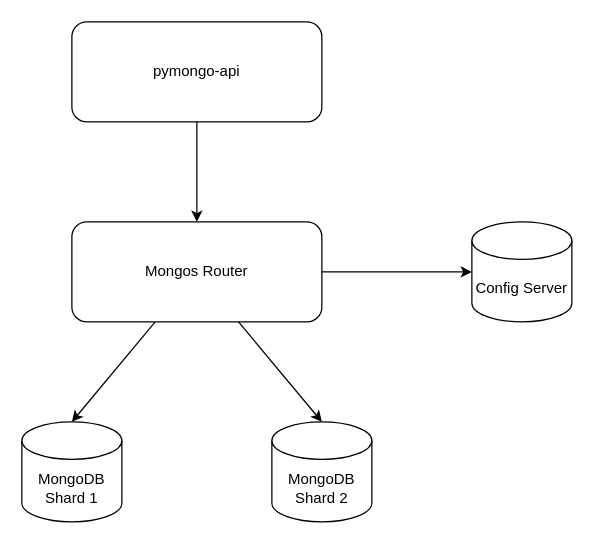
The draw.io diagram Task1/v1-add-shards.drawio in Ondrya/architecture-black_friday, before the edit. Source tidied: cells renumbered, new cells numbered last; positions are measured from the earlier drawing's top-left corner, leaving out a move shared by most shapes. Both pictures are drawn from the tidied source at 125%, with x=0, y=0 at pixel (21, 21).
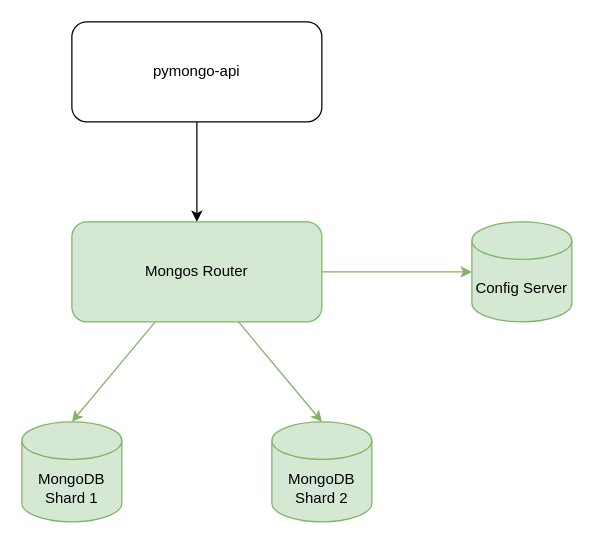
The same diagram, later.

The edit, as a diff of the source:
```diff
@@
 <mxGraphModel>
   <root>
     <mxCell id="0" />
     <mxCell id="1" parent="0" />
     <mxCell id="2" value="pymongo-api" style="rounded=1;whiteSpace=wrap;html=1;" parent="1" vertex="1">
       <mxGeometry x="40" width="200" height="80" as="geometry" />
     </mxCell>
-    <mxCell id="3" style="edgeStyle=none;html=1;entryX=0.5;entryY=0;entryDx=0;entryDy=0;entryPerimeter=0;" parent="1" edge="1" source="4" target="6">
+    <mxCell id="3" style="edgeStyle=none;html=1;entryX=0.5;entryY=0;entryDx=0;entryDy=0;entryPerimeter=0;fillColor=#d5e8d4;strokeColor=#82b366;" parent="1" edge="1" source="4" target="6">
       <mxGeometry relative="1" as="geometry" />
     </mxCell>
-    <mxCell id="4" value="Mongos Router" style="rounded=1;whiteSpace=wrap;html=1;" parent="1" vertex="1">
+    <mxCell id="4" value="Mongos Router" style="rounded=1;whiteSpace=wrap;html=1;fillColor=#d5e8d4;strokeColor=#82b366;" parent="1" vertex="1">
       <mxGeometry x="40" y="160" width="200" height="80" as="geometry" />
     </mxCell>
-    <mxCell id="5" value="Config Server" style="shape=cylinder3;whiteSpace=wrap;html=1;boundedLbl=1;backgroundOutline=1;size=15;" parent="1" vertex="1">
+    <mxCell id="5" value="Config Server" style="shape=cylinder3;whiteSpace=wrap;html=1;boundedLbl=1;backgroundOutline=1;size=15;fillColor=#d5e8d4;strokeColor=#82b366;" parent="1" vertex="1">
       <mxGeometry x="360" y="160" width="80" height="80" as="geometry" />
     </mxCell>
-    <mxCell id="6" value="MongoDB Shard 1" style="shape=cylinder3;whiteSpace=wrap;html=1;boundedLbl=1;backgroundOutline=1;size=15;" parent="1" vertex="1">
+    <mxCell id="6" value="MongoDB Shard 1" style="shape=cylinder3;whiteSpace=wrap;html=1;boundedLbl=1;backgroundOutline=1;size=15;fillColor=#d5e8d4;strokeColor=#82b366;" parent="1" vertex="1">
       <mxGeometry y="320" width="80" height="80" as="geometry" />
     </mxCell>
-    <mxCell id="7" value="MongoDB Shard 2" style="shape=cylinder3;whiteSpace=wrap;html=1;boundedLbl=1;backgroundOutline=1;size=15;" parent="1" vertex="1">
+    <mxCell id="7" value="MongoDB Shard 2" style="shape=cylinder3;whiteSpace=wrap;html=1;boundedLbl=1;backgroundOutline=1;size=15;fillColor=#d5e8d4;strokeColor=#82b366;" parent="1" vertex="1">
       <mxGeometry x="200" y="320" width="80" height="80" as="geometry" />
     </mxCell>
     <mxCell id="8" style="edgeStyle=orthogonalEdgeStyle;rounded=0;jettySize=auto;html=1;exitX=0.5;exitY=1;exitDx=0;exitDy=0;entryX=0.5;entryY=0;entryDx=0;entryDy=0;" parent="1" edge="1" source="2" target="4">
       <mxGeometry relative="1" as="geometry" />
     </mxCell>
-    <mxCell id="9" style="edgeStyle=orthogonalEdgeStyle;rounded=0;jettySize=auto;html=1;exitX=1;exitY=0.5;exitDx=0;exitDy=0;entryX=0;entryY=0.5;entryDx=0;entryDy=0;" parent="1" edge="1" source="4">
+    <mxCell id="9" style="edgeStyle=orthogonalEdgeStyle;rounded=0;jettySize=auto;html=1;exitX=1;exitY=0.5;exitDx=0;exitDy=0;entryX=0;entryY=0.5;entryDx=0;entryDy=0;fillColor=#d5e8d4;strokeColor=#82b366;" parent="1" edge="1" source="4">
       <mxGeometry relative="1" as="geometry">
         <mxPoint x="360" y="200" as="targetPoint" />
       </mxGeometry>
     </mxCell>
-    <mxCell id="10" style="edgeStyle=none;html=1;entryX=0.5;entryY=0;entryDx=0;entryDy=0;entryPerimeter=0;" parent="1" edge="1" source="4" target="7">
+    <mxCell id="10" style="edgeStyle=none;html=1;entryX=0.5;entryY=0;entryDx=0;entryDy=0;entryPerimeter=0;fillColor=#d5e8d4;strokeColor=#82b366;" parent="1" edge="1" source="4" target="7">
       <mxGeometry relative="1" as="geometry" />
     </mxCell>
   </root>
 </mxGraphModel>
```
